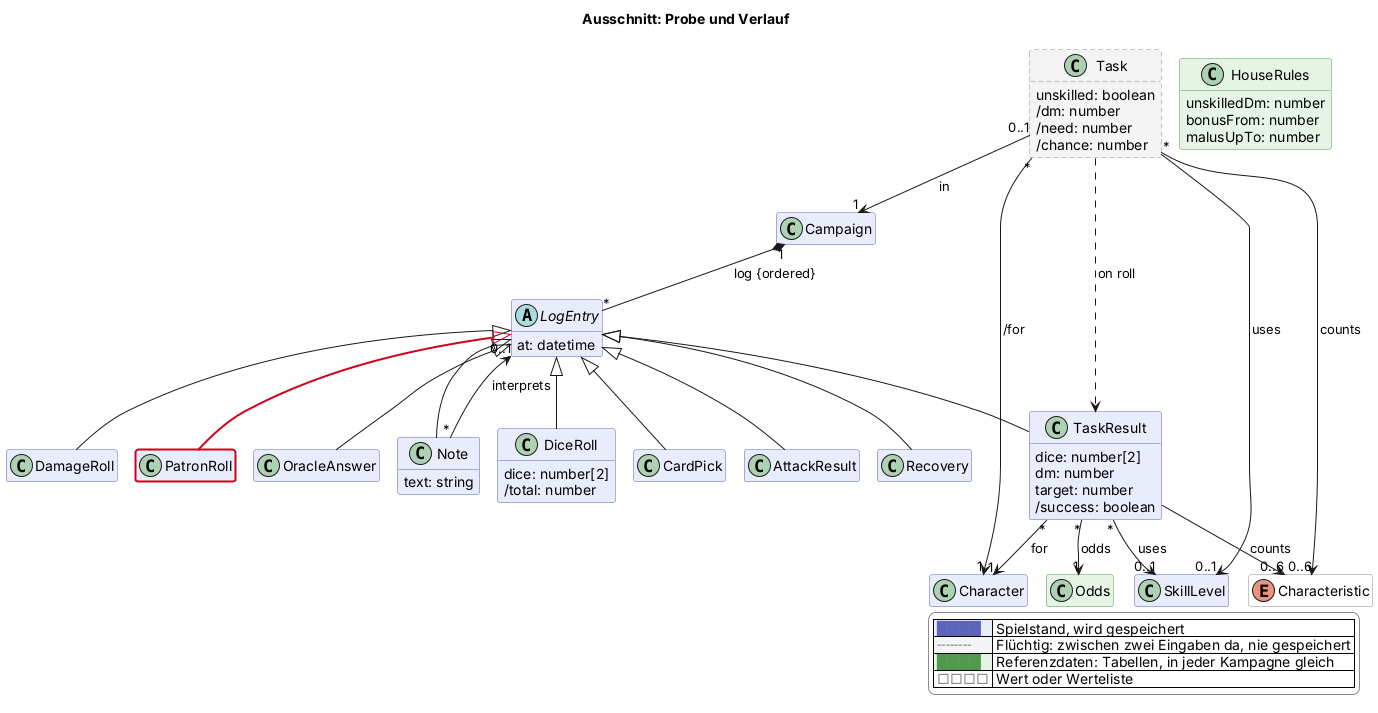
This is docs/views/probe.png from scuzzar/SRE, a PlantUML export, as it was before one commit.
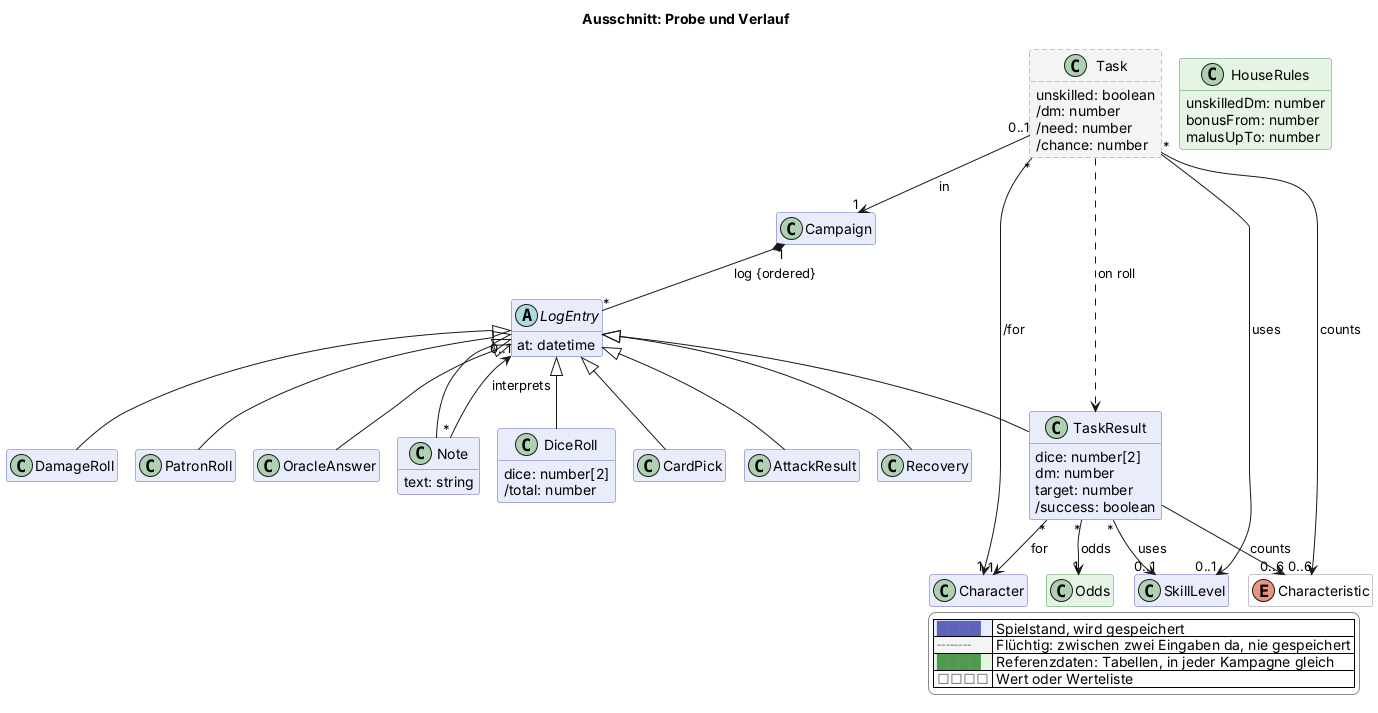
The same file after the commit.

Change to the diagram source:
```diff
@@ -84,7 +84,7 @@
   class Note $probe {
     text: string
   }
-  class PatronRoll $begegnung $newClass("2026-11-12")
+  class PatronRoll $begegnung
 
   class Task <<transient>> $probe {
     unskilled: boolean
@@ -125,7 +125,7 @@
 LogEntry <|-- DamageRoll
 LogEntry <|-- Recovery
 LogEntry <|-- Note
-LogEntry <|-$newArrow("2026-11-12")- PatronRoll
+LogEntry <|-- PatronRoll
 Note "*" --> "0..1" LogEntry : interprets
 TaskResult "*" --> "1" Character : for
 TaskResult "*" --> "0..1" SkillLevel : uses
```
